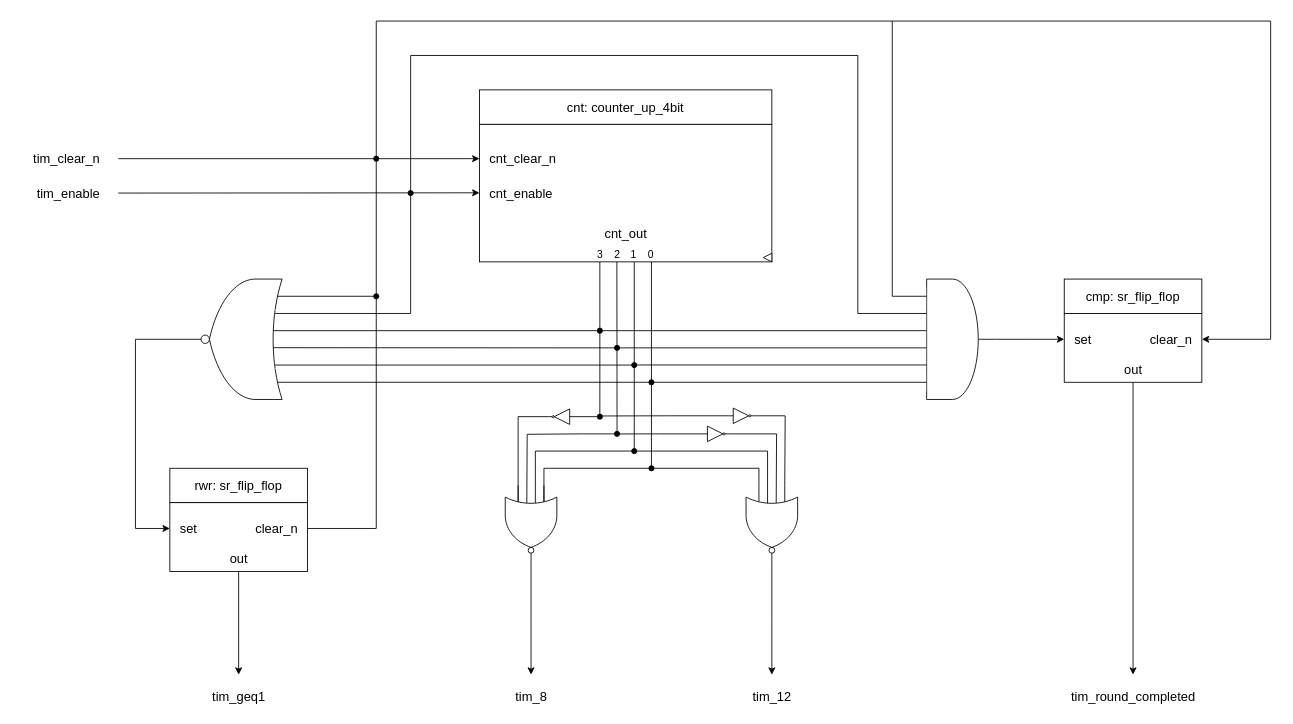
The draw.io diagram page "timer_m16" (4 of 5) of IP_cores/AvalonMM_to_hRAM/SSRAM_to_hRAM_v1/rtl/SSRAM_to_hRAM.drawio in AndreaBononi/IP_cores, before the edit. Source tidied: cells renumbered, new cells numbered last; positions are measured from the earlier drawing's top-left corner, leaving out a move shared by most shapes. Both pictures are drawn from the tidied source at 86%, with x=0, y=0 at pixel (15, 21).
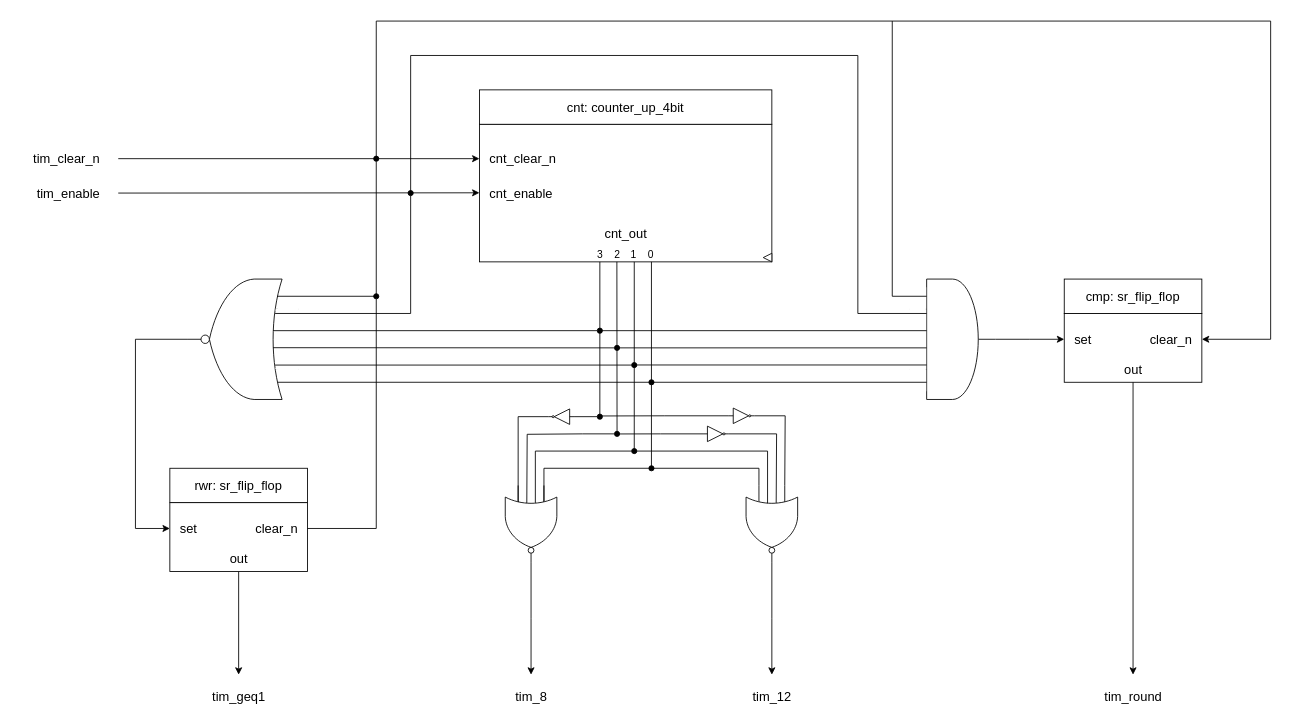
The same page after the edit.

Change to the diagram source:
```diff
@@
-    <mxCell id="13" value="tim_round_completed" style="text;html=1;align=center;verticalAlign=middle;strokeColor=none;fillColor=none;fontSize=15;rotation=0;" parent="1" vertex="1">
-      <mxGeometry x="1215" y="770" width="170" height="30" as="geometry" />
+    <mxCell id="13" value="tim_round" style="text;html=1;align=center;verticalAlign=middle;strokeColor=none;fillColor=none;fontSize=15;rotation=0;" parent="1" vertex="1">
+      <mxGeometry x="1255" y="770" width="90" height="30" as="geometry" />
     </mxCell>
```
